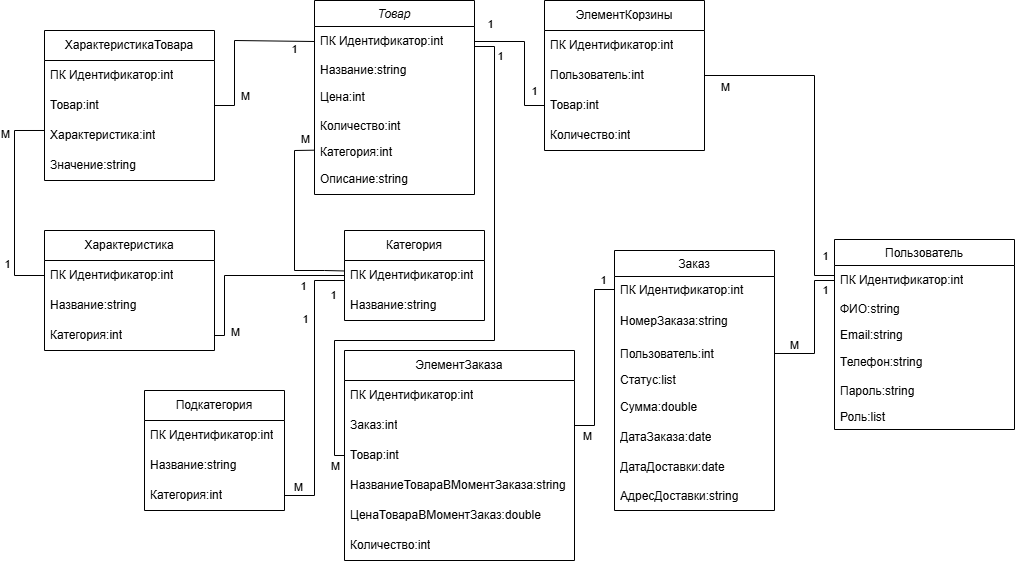
Artem4upin/react-django-site keeps this draw.io diagram as Диаграмма.drawio.png. Above is the earlier version. Source tidied: cells renumbered, new cells last; positions are measured from the earlier drawing's top-left corner, leaving out a move shared by most shapes.
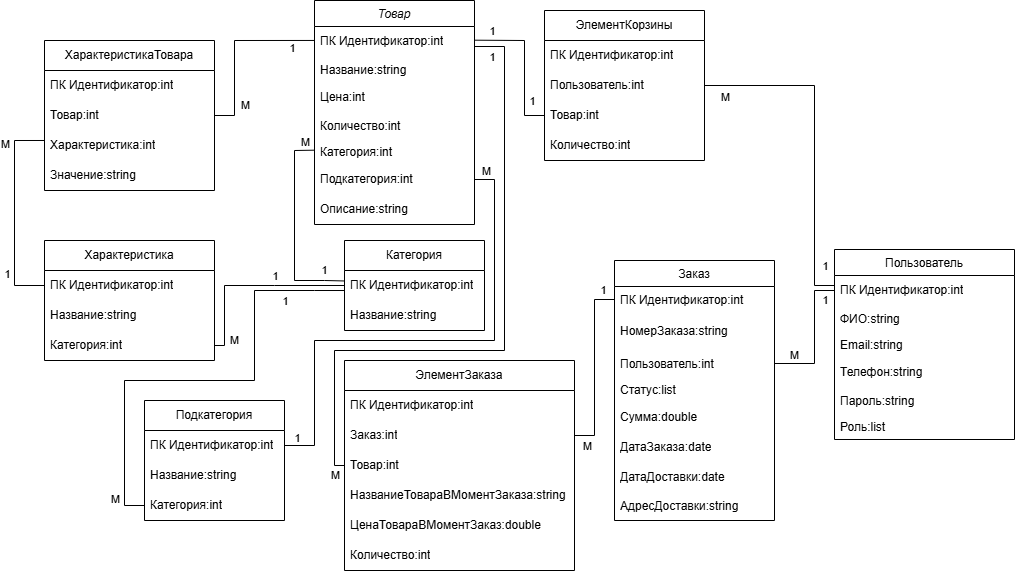
Above is the later version.

What changed in the source:
```diff
@@ -3,7 +3,7 @@
     <mxCell id="0" />
     <mxCell id="1" parent="0" />
     <mxCell id="2" value="Товар" style="swimlane;fontStyle=2;align=center;verticalAlign=top;horizontal=1;startSize=26;rounded=0;shadow=0;strokeWidth=1;" parent="1" vertex="1">
-      <mxGeometry x="300" width="160" height="194" as="geometry" />
+      <mxGeometry x="300" y="-10" width="160" height="224" as="geometry" />
     </mxCell>
     <mxCell id="3" value="ПК Идентификатор:int" style="text;strokeColor=none;fillColor=none;align=left;verticalAlign=middle;spacingLeft=4;spacingRight=4;overflow=hidden;points=[[0,0.5],[1,0.5]];portConstraint=eastwest;whiteSpace=wrap;html=1;" parent="2" vertex="1">
       <mxGeometry y="26" width="160" height="30" as="geometry" />
@@ -20,8 +20,11 @@
     <mxCell id="7" value="Категория:int" style="text;align=left;verticalAlign=top;spacingLeft=4;spacingRight=4;overflow=hidden;points=[[0,0.5],[1,0.5]];portConstraint=eastwest;rounded=0;shadow=0;html=0;" parent="2" vertex="1">
       <mxGeometry y="138" width="160" height="26" as="geometry" />
     </mxCell>
+    <mxCell id="83" value="Подкатегория:int" style="text;strokeColor=none;fillColor=none;align=left;verticalAlign=middle;spacingLeft=4;spacingRight=4;overflow=hidden;points=[[0,0.5],[1,0.5]];portConstraint=eastwest;whiteSpace=wrap;html=1;" parent="2" vertex="1">
+      <mxGeometry y="164" width="160" height="30" as="geometry" />
+    </mxCell>
     <mxCell id="8" value="Описание:string" style="text;strokeColor=none;fillColor=none;align=left;verticalAlign=middle;spacingLeft=4;spacingRight=4;overflow=hidden;whiteSpace=wrap;html=1;" parent="2" vertex="1">
-      <mxGeometry y="164" width="160" height="30" as="geometry" />
+      <mxGeometry y="194" width="160" height="30" as="geometry" />
     </mxCell>
     <mxCell id="9" value="Пользователь" style="swimlane;fontStyle=0;align=center;verticalAlign=top;horizontal=1;startSize=26;rounded=0;shadow=0;strokeWidth=1;" parent="1" vertex="1">
       <mxGeometry x="820" y="239" width="180" height="190" as="geometry" />
@@ -147,11 +150,11 @@
         <mxPoint x="1" y="9" as="offset" />
       </mxGeometry>
     </mxCell>
-    <mxCell id="44" style="endArrow=none;html=1;rounded=0;exitX=1;exitY=0.5;exitDx=0;exitDy=0;entryX=0;entryY=0.5;entryDx=0;entryDy=0;" parent="1" edge="1" source="35" target="3">
+    <mxCell id="44" style="endArrow=none;html=1;rounded=0;exitX=1;exitY=0.5;exitDx=0;exitDy=0;entryX=0.001;entryY=0.465;entryDx=0;entryDy=0;entryPerimeter=0;" parent="1" edge="1" source="35" target="3">
       <mxGeometry relative="1" as="geometry">
         <Array as="points">
           <mxPoint x="220" y="105" />
-          <mxPoint x="220" y="40" />
+          <mxPoint x="220" y="30" />
         </Array>
       </mxGeometry>
     </mxCell>
@@ -168,7 +171,7 @@
     <mxCell id="47" style="endArrow=none;html=1;rounded=0;entryX=0.002;entryY=0.349;entryDx=0;entryDy=0;exitX=0.001;exitY=0.449;exitDx=0;exitDy=0;exitPerimeter=0;entryPerimeter=0;" parent="1" edge="1" source="7" target="26">
       <mxGeometry relative="1" as="geometry">
         <Array as="points">
-          <mxPoint x="280" y="150" />
+          <mxPoint x="280" y="140" />
           <mxPoint x="280" y="270" />
           <mxPoint x="310" y="270" />
         </Array>
@@ -181,20 +184,20 @@
     </mxCell>
     <mxCell id="49" value="1" style="edgeLabel;html=1;align=center;verticalAlign=middle;" parent="47" vertex="1">
       <mxGeometry x="0.8" y="-1" relative="1" as="geometry">
-        <mxPoint x="-22" y="14" as="offset" />
+        <mxPoint y="-11" as="offset" />
       </mxGeometry>
     </mxCell>
-    <mxCell id="50" style="endArrow=none;html=1;rounded=0;exitX=1;exitY=0.5;exitDx=0;exitDy=0;entryX=0;entryY=0.5;entryDx=0;entryDy=0;" parent="1" edge="1" source="3" target="31">
+    <mxCell id="50" style="endArrow=none;html=1;rounded=0;exitX=1;exitY=0.456;exitDx=0;exitDy=0;entryX=0;entryY=0.5;entryDx=0;entryDy=0;exitPerimeter=0;" parent="1" edge="1" source="3" target="31">
       <mxGeometry relative="1" as="geometry">
         <Array as="points">
-          <mxPoint x="510" y="41" />
+          <mxPoint x="510" y="30" />
           <mxPoint x="510" y="105" />
         </Array>
       </mxGeometry>
     </mxCell>
     <mxCell id="51" value="1" style="edgeLabel;html=1;align=center;verticalAlign=middle;" parent="50" vertex="1">
       <mxGeometry x="-0.62" y="1" relative="1" as="geometry">
-        <mxPoint x="-11" y="-17" as="offset" />
+        <mxPoint x="-11" y="-8" as="offset" />
       </mxGeometry>
     </mxCell>
     <mxCell id="52" value="1" style="edgeLabel;html=1;align=center;verticalAlign=middle;" parent="50" vertex="1">
@@ -265,22 +268,25 @@
     <mxCell id="70" value="Категория:int" style="text;strokeColor=none;fillColor=none;align=left;verticalAlign=middle;spacingLeft=4;spacingRight=4;overflow=hidden;points=[[0,0.5],[1,0.5]];portConstraint=eastwest;whiteSpace=wrap;html=1;" parent="67" vertex="1">
       <mxGeometry y="90" width="140" height="30" as="geometry" />
     </mxCell>
-    <mxCell id="71" style="endArrow=none;html=1;rounded=0;exitX=1;exitY=0.5;exitDx=0;exitDy=0;entryX=0;entryY=0.667;entryDx=0;entryDy=0;entryPerimeter=0;" parent="1" edge="1" source="70" target="26">
+    <mxCell id="71" style="endArrow=none;html=1;rounded=0;exitX=0;exitY=0.5;exitDx=0;exitDy=0;entryX=0;entryY=0.667;entryDx=0;entryDy=0;entryPerimeter=0;" parent="1" edge="1" source="70" target="26">
       <mxGeometry relative="1" as="geometry">
         <Array as="points">
-          <mxPoint x="300" y="495" />
+          <mxPoint x="110" y="495" />
+          <mxPoint x="110" y="370" />
+          <mxPoint x="240" y="370" />
+          <mxPoint x="240" y="280" />
           <mxPoint x="300" y="280" />
         </Array>
       </mxGeometry>
     </mxCell>
     <mxCell id="72" value="1" style="edgeLabel;html=1;align=center;verticalAlign=middle;" parent="71" vertex="1">
       <mxGeometry x="0.53" y="-1" relative="1" as="geometry">
-        <mxPoint x="17" y="-20" as="offset" />
+        <mxPoint x="19" y="-32" as="offset" />
       </mxGeometry>
     </mxCell>
     <mxCell id="73" value="М" style="edgeLabel;html=1;align=center;verticalAlign=middle;" parent="71" vertex="1">
       <mxGeometry x="-0.92" y="1" relative="1" as="geometry">
-        <mxPoint x="2" y="-8" as="offset" />
+        <mxPoint x="-12" y="-8" as="offset" />
       </mxGeometry>
     </mxCell>
     <mxCell id="74" style="endArrow=none;html=1;rounded=0;exitX=1;exitY=0.5;exitDx=0;exitDy=0;entryX=0;entryY=0.5;entryDx=0;entryDy=0;" parent="1" edge="1" source="66" target="26">
@@ -288,27 +294,28 @@
         <Array as="points">
           <mxPoint x="210" y="335" />
           <mxPoint x="210" y="275" />
+          <mxPoint x="260" y="275" />
         </Array>
       </mxGeometry>
     </mxCell>
     <mxCell id="75" value="1" style="edgeLabel;html=1;align=center;verticalAlign=middle;" parent="74" vertex="1">
       <mxGeometry x="-0.88" relative="1" as="geometry">
-        <mxPoint x="80" y="-16" as="offset" />
+        <mxPoint x="60" y="-44" as="offset" />
       </mxGeometry>
     </mxCell>
     <mxCell id="76" value="М" style="edgeLabel;html=1;align=center;verticalAlign=middle;" parent="74" vertex="1">
       <mxGeometry x="-0.83" y="-1" relative="1" as="geometry">
-        <mxPoint x="9" y="2" as="offset" />
+        <mxPoint x="8" as="offset" />
       </mxGeometry>
     </mxCell>
     <mxCell id="77" style="endArrow=none;html=1;rounded=0;exitX=0;exitY=0.5;exitDx=0;exitDy=0;" parent="1" edge="1" source="56">
       <mxGeometry relative="1" as="geometry">
-        <mxPoint x="460" y="46" as="targetPoint" />
+        <mxPoint x="460" y="36" as="targetPoint" />
         <Array as="points">
           <mxPoint x="320" y="455" />
           <mxPoint x="320" y="340" />
-          <mxPoint x="480" y="340" />
-          <mxPoint x="480" y="46" />
+          <mxPoint x="490" y="340" />
+          <mxPoint x="490" y="36" />
         </Array>
       </mxGeometry>
     </mxCell>
@@ -319,7 +326,7 @@
     </mxCell>
     <mxCell id="79" value="1" style="edgeLabel;html=1;align=center;verticalAlign=middle;" parent="77" vertex="1">
       <mxGeometry x="0.9" relative="1" as="geometry">
-        <mxPoint x="5" as="offset" />
+        <mxPoint x="-13" y="10" as="offset" />
       </mxGeometry>
     </mxCell>
     <mxCell id="80" style="endArrow=none;html=1;rounded=0;exitX=0;exitY=0.5;exitDx=0;exitDy=0;entryX=0;entryY=0.333;entryDx=0;entryDy=0;entryPerimeter=0;" parent="1" edge="1" source="64" target="36">
@@ -340,5 +347,25 @@
         <mxPoint x="-10" as="offset" />
       </mxGeometry>
     </mxCell>
+    <mxCell id="84" style="endArrow=none;html=1;rounded=0;exitX=1;exitY=0.5;exitDx=0;exitDy=0;entryX=1;entryY=0.5;entryDx=0;entryDy=0;" parent="1" edge="1" source="68" target="83">
+      <mxGeometry relative="1" as="geometry">
+        <Array as="points">
+          <mxPoint x="300" y="435" />
+          <mxPoint x="300" y="330" />
+          <mxPoint x="480" y="330" />
+          <mxPoint x="480" y="169" />
+        </Array>
+      </mxGeometry>
+    </mxCell>
+    <mxCell id="85" value="1" style="edgeLabel;html=1;align=center;verticalAlign=middle;" parent="84" vertex="1">
+      <mxGeometry x="-0.95" relative="1" as="geometry">
+        <mxPoint y="-8" as="offset" />
+      </mxGeometry>
+    </mxCell>
+    <mxCell id="86" value="М" style="edgeLabel;html=1;align=center;verticalAlign=middle;" parent="84" vertex="1">
+      <mxGeometry x="0.94" y="-2" relative="1" as="geometry">
+        <mxPoint x="-3" y="-7" as="offset" />
+      </mxGeometry>
+    </mxCell>
   </root>
 </mxGraphModel>
```
